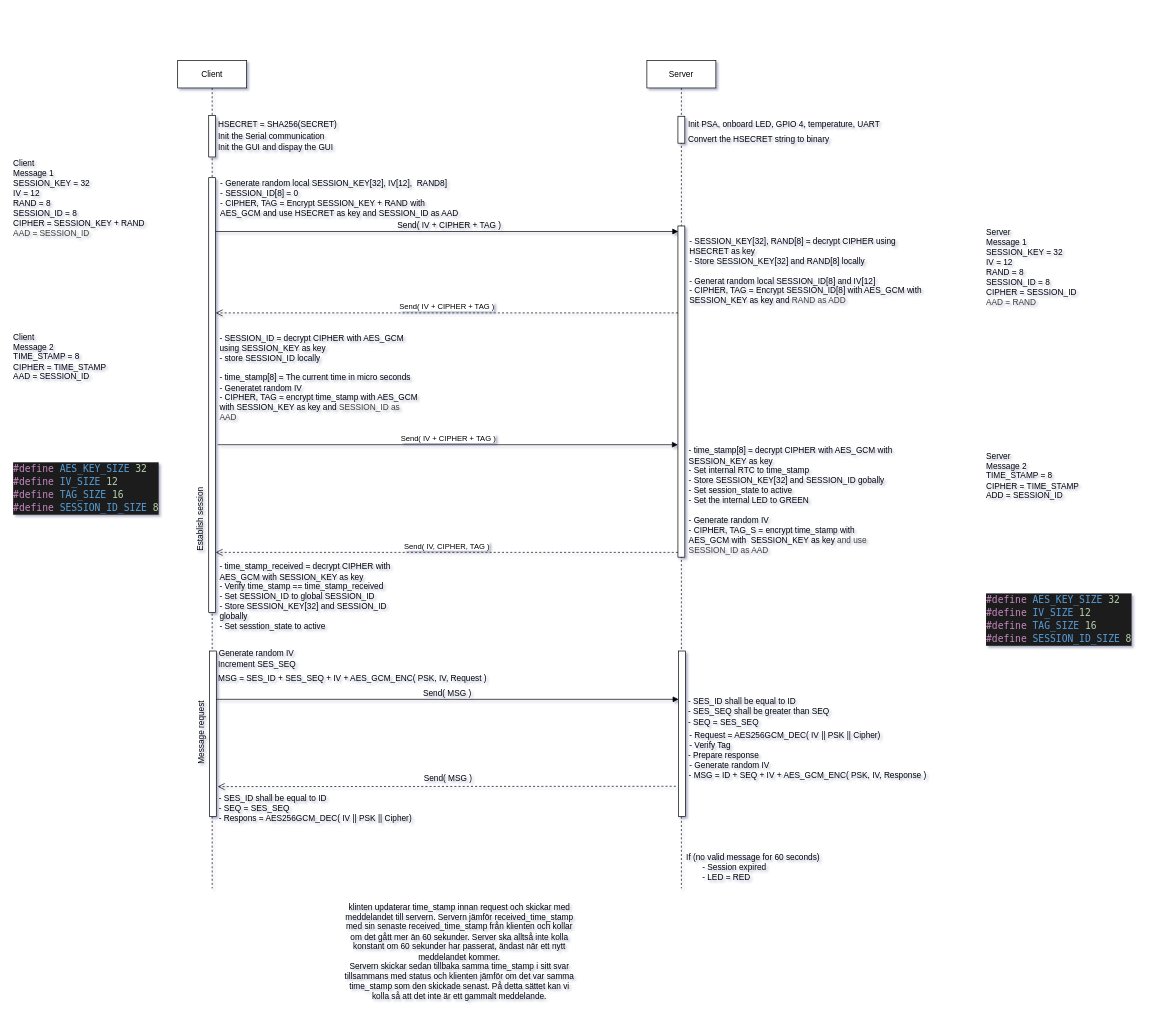
The draw.io diagram Diagram/sequens_diagram.drawio in AlexanderKimfors/Exam_security, before the edit. Source tidied: cells renumbered, new cells numbered last; positions are measured from the earlier drawing's top-left corner, leaving out a move shared by most shapes. Both pictures are drawn from the tidied source at 69%, with x=0, y=0 at pixel (-140, 12).
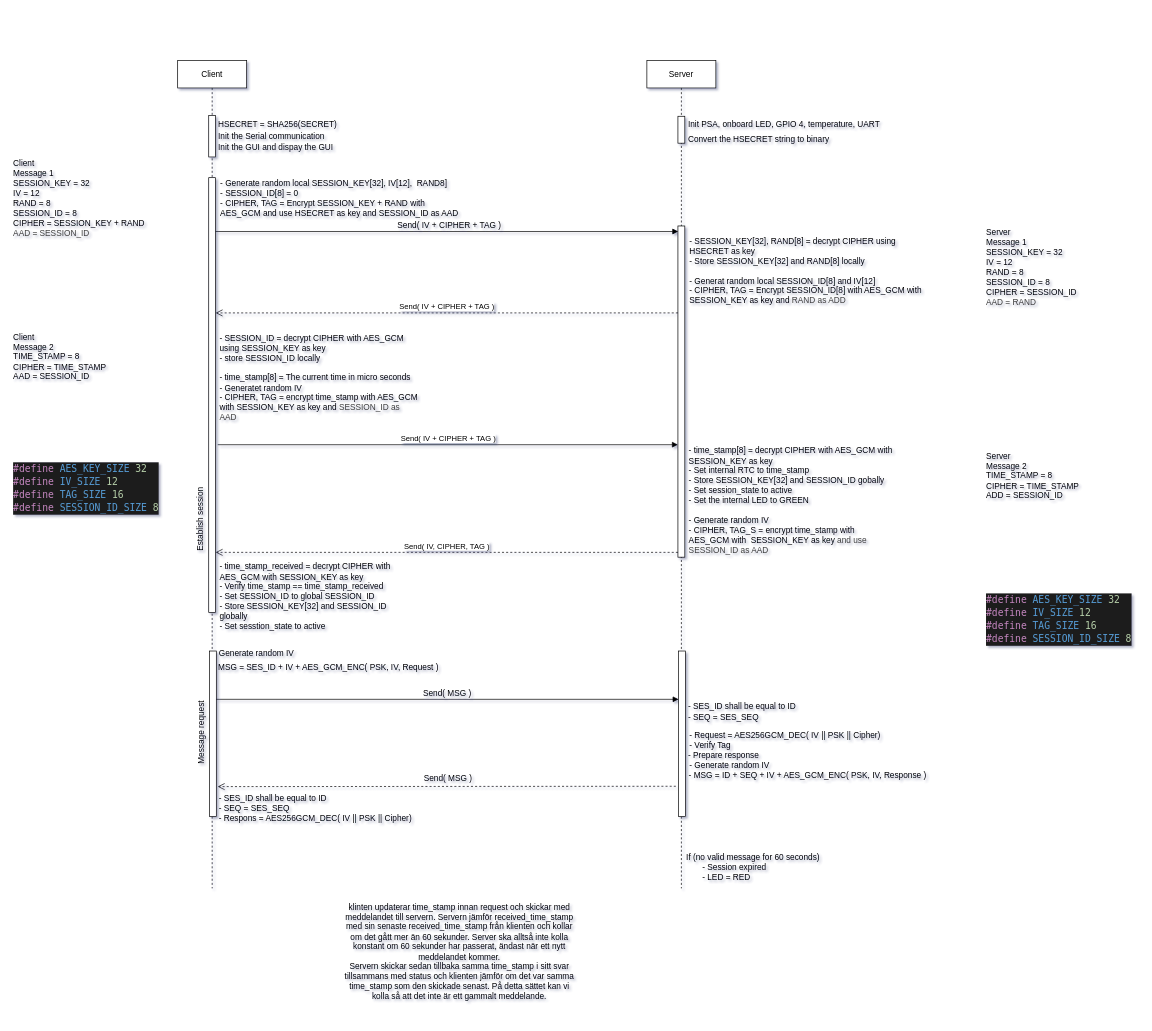
The same page after the edit.

Diff of the diagram source:
```diff
@@
-    <mxCell id="20" value="&lt;div&gt;- SES_ID shall be equal to ID&lt;/div&gt;&lt;div&gt;- SES_SEQ shall be greater than SEQ&lt;/div&gt;&lt;div&gt;- SEQ = SES_SEQ&lt;/div&gt;" style="text;html=1;align=left;verticalAlign=middle;whiteSpace=wrap;rounded=0;" parent="1" vertex="1">
+    <mxCell id="20" value="&lt;div&gt;- SES_ID shall be equal to ID&lt;/div&gt;&lt;div&gt;- SEQ = SES_SEQ&lt;/div&gt;" style="text;html=1;align=left;verticalAlign=middle;whiteSpace=wrap;rounded=0;" parent="1" vertex="1">
       <mxGeometry x="1198" y="989" width="263" height="50" as="geometry" />
     </mxCell>
@@
-    <mxCell id="28" value="Increment SES_SEQ" style="text;html=1;align=left;verticalAlign=middle;whiteSpace=wrap;rounded=0;" parent="1" vertex="1">
-      <mxGeometry x="517" y="936" width="133" height="20" as="geometry" />
-    </mxCell>
-    <mxCell id="29" value="MSG = SES_ID + SES_SEQ + IV + AES_GCM_ENC( PSK, IV, Request )" style="text;html=1;align=left;verticalAlign=middle;whiteSpace=wrap;rounded=0;" parent="1" vertex="1">
-      <mxGeometry x="517" y="956" width="401" height="20" as="geometry" />
+    <mxCell id="29" value="MSG = SES_ID + IV + AES_GCM_ENC( PSK, IV, Request )" style="text;html=1;align=left;verticalAlign=middle;whiteSpace=wrap;rounded=0;" parent="1" vertex="1">
+      <mxGeometry x="517" y="940" width="401" height="20" as="geometry" />
     </mxCell>
```
